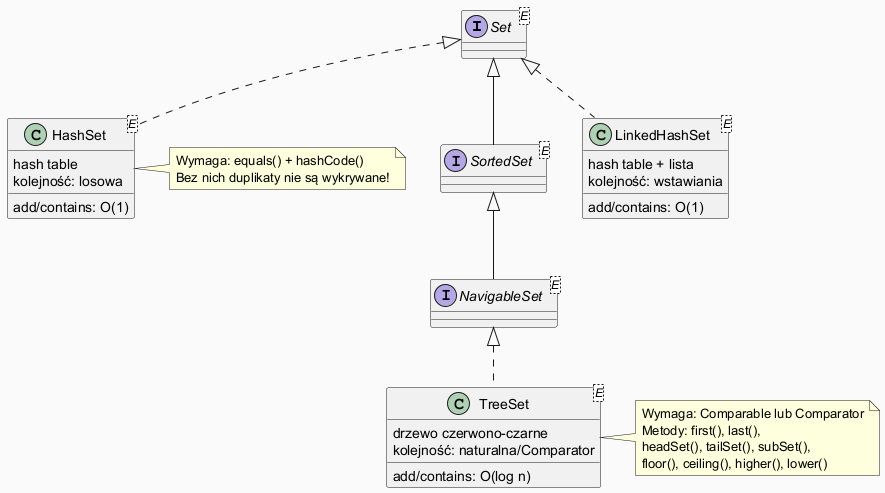
tborzyszkowski/oop-concepts-java keeps this PlantUML diagram as 02_OOP/src/_05_kolekcje/_04_set_hashset_treeset/diagrams/set_hierarchy.png. Above is the earlier version. Its diagram source:
```plantuml
@startuml
skinparam classAttributeIconSize 0
skinparam backgroundColor #FAFAFA

interface Set<E>
interface SortedSet<E> extends Set
interface NavigableSet<E> extends SortedSet

class HashSet<E> implements Set {
  hash table
  add/contains: O(1)
  kolejność: losowa
}
class LinkedHashSet<E> implements Set {
  hash table + lista
  add/contains: O(1)
  kolejność: wstawiania
}
class TreeSet<E> implements NavigableSet {
  drzewo czerwono-czarne
  add/contains: O(log n)
  kolejność: naturalna/Comparator
}

note right of HashSet
  Wymaga: equals() + hashCode()
  Bez nich duplikaty nie są wykrywane!
end note

note right of TreeSet
  Wymaga: Comparable lub Comparator
  Metody: first(), last(),
  headSet(), tailSet(), subSet(),
  floor(), ceiling(), higher(), lower()
end note

@enduml
```
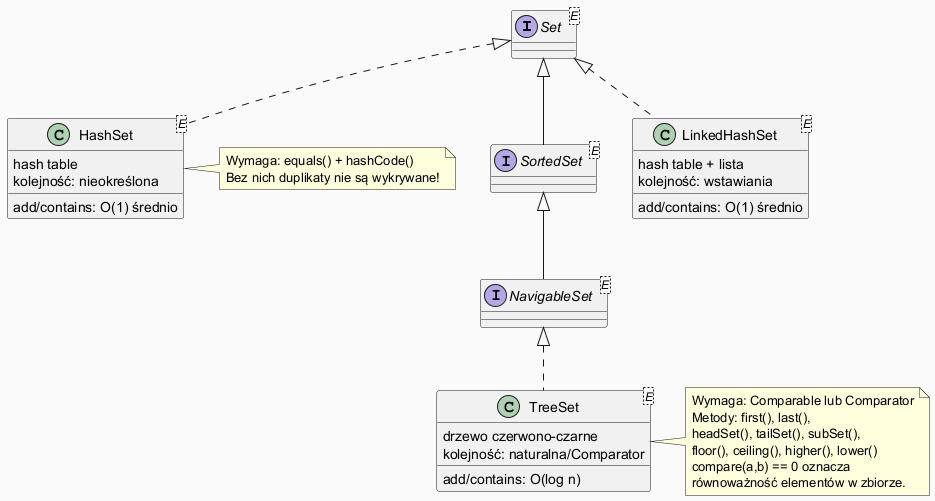
The same file after the commit.

Diff of the diagram source:
```diff
@@ -8,12 +8,12 @@
 
 class HashSet<E> implements Set {
   hash table
-  add/contains: O(1)
-  kolejność: losowa
+  add/contains: O(1) średnio
+  kolejność: nieokreślona
 }
 class LinkedHashSet<E> implements Set {
   hash table + lista
-  add/contains: O(1)
+  add/contains: O(1) średnio
   kolejność: wstawiania
 }
 class TreeSet<E> implements NavigableSet {
@@ -32,6 +32,8 @@
   Metody: first(), last(),
   headSet(), tailSet(), subSet(),
   floor(), ceiling(), higher(), lower()
+  compare(a,b) == 0 oznacza
+  równoważność elementów w zbiorze.
 end note
 
 @enduml
```
